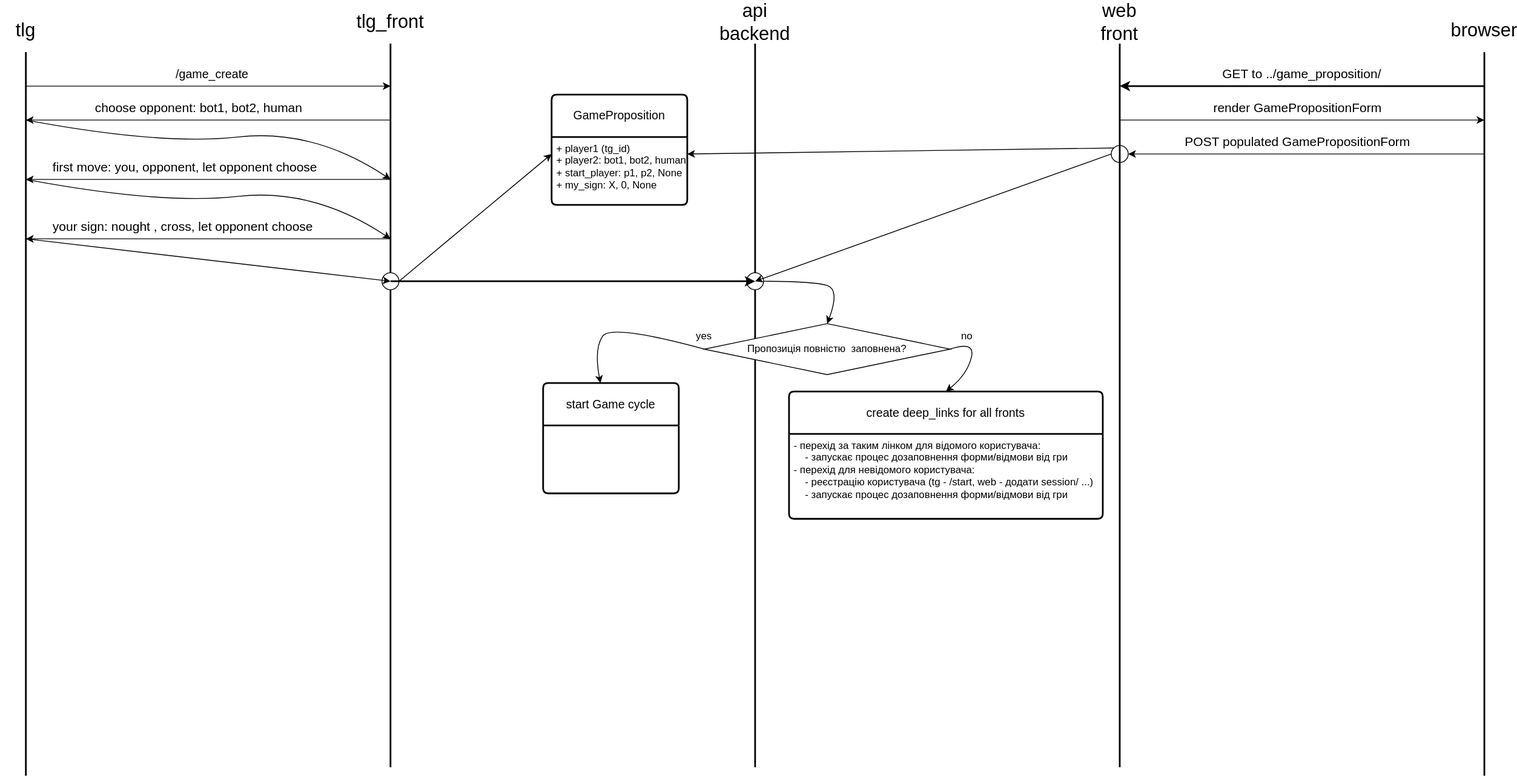
Earlier version of the draw.io export docum/flow_create_game.svg (KonstZiv/tic_tac_toe_3x3_tlg_bot). Source tidied: cells renumbered, new cells last; positions are measured from the earlier drawing's top-left corner, leaving out a move shared by most shapes.
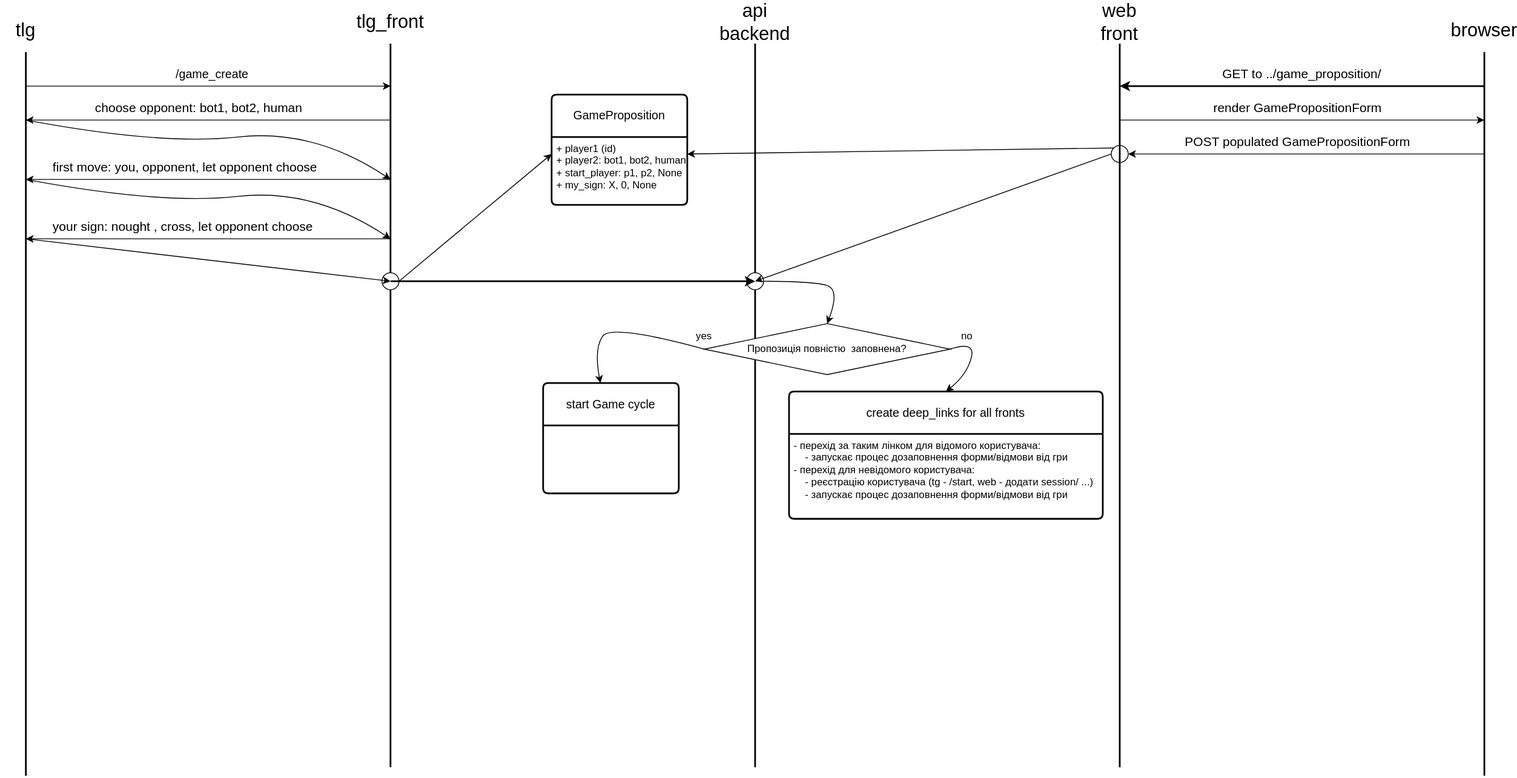
Above is the later version.

Diff of the diagram source:
```diff
@@ -124,7 +124,7 @@
     <mxCell id="26" value="GameProposition" style="swimlane;horizontal=1;startSize=50;rounded=1;fontSize=14;fontStyle=0;strokeWidth=2;shadow=0;dashed=0;align=center;arcSize=4;whiteSpace=wrap;html=1;" parent="1" vertex="1">
       <mxGeometry x="650" y="100" width="160" height="130" as="geometry" />
     </mxCell>
-    <mxCell id="27" value="+ player1 (tg_id)&lt;br&gt;+ player2: bot1, bot2, human&amp;nbsp;&lt;br&gt;+ start_player: p1, p2, None&lt;br&gt;+ my_sign: X, 0, None" style="align=left;strokeColor=none;fillColor=none;spacingLeft=4;fontSize=12;verticalAlign=top;html=1;" parent="26" vertex="1">
+    <mxCell id="27" value="+ player1 (id)&lt;br&gt;+ player2: bot1, bot2, human&amp;nbsp;&lt;br&gt;+ start_player: p1, p2, None&lt;br&gt;+ my_sign: X, 0, None" style="align=left;strokeColor=none;fillColor=none;spacingLeft=4;fontSize=12;verticalAlign=top;html=1;" parent="26" vertex="1">
       <mxGeometry y="50" width="160" height="80" as="geometry" />
     </mxCell>
     <mxCell id="28" style="endArrow=classic;html=1;rounded=0;strokeWidth=2;" parent="1" edge="1">
```
